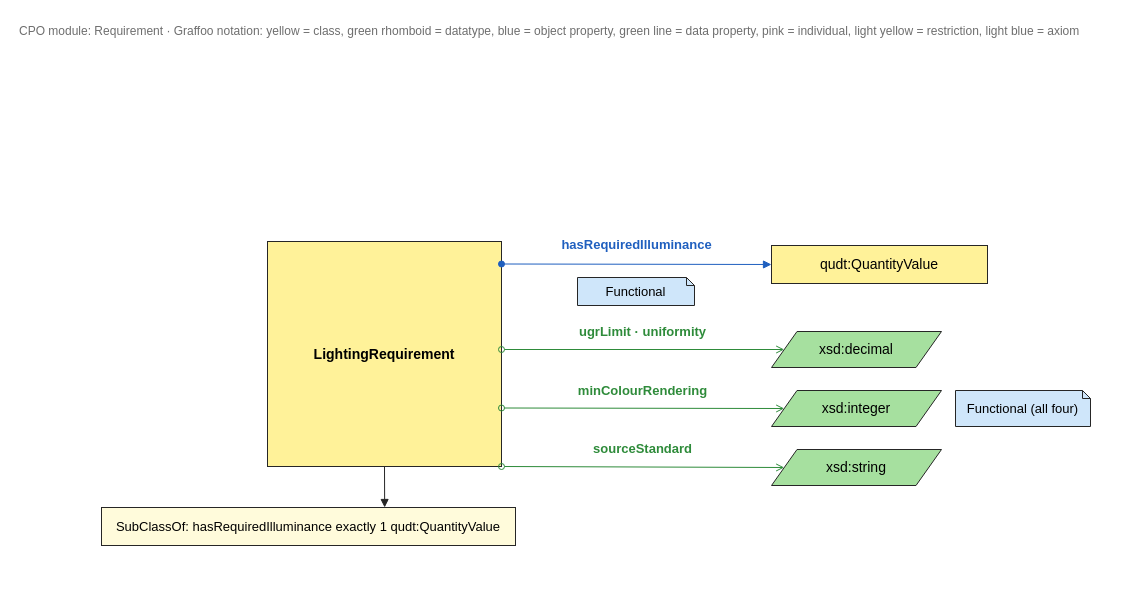
Before: diagrams/cpo-requirement-graffoo.drawio in RichZele/cpo, a draw.io diagram. Source tidied: cells renumbered, new cells numbered last; positions are measured from the earlier drawing's top-left corner, leaving out a move shared by most shapes. Both pictures are drawn from the tidied source at 100%, with x=0, y=0 at pixel (17, 17).
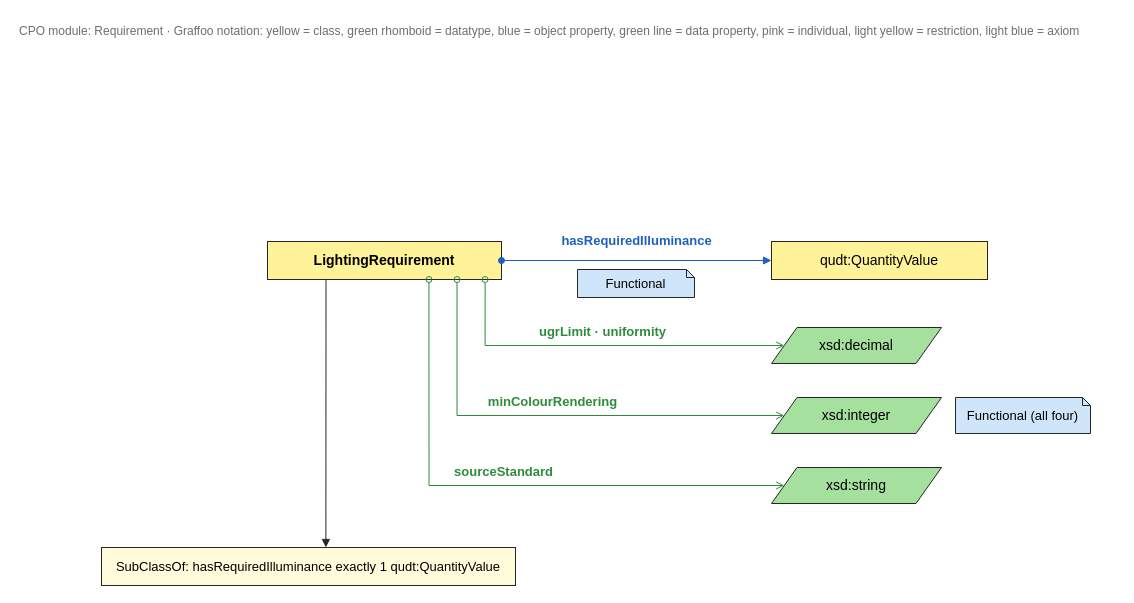
The same page after the edit.

Commit message (it also covers changes not shown here):
Requirement diagram: LightingRequirement at the usual class size; data properties from its bottom edge in straight lines

What changed in the source:
```diff
@@
     <mxCell id="3" value="LightingRequirement" style="rounded=0;whiteSpace=wrap;html=1;fillColor=#FFF299;strokeColor=#262626;fontStyle=1;fontSize=14;" parent="1" vertex="1">
-      <mxGeometry x="250" y="224" width="234" height="225" as="geometry" />
+      <mxGeometry x="250" y="224" width="234" height="38" as="geometry" />
     </mxCell>
     <mxCell id="4" value="qudt:QuantityValue" style="rounded=0;whiteSpace=wrap;html=1;fillColor=#FFF299;strokeColor=#262626;fontSize=14;" parent="1" vertex="1">
-      <mxGeometry x="754" y="228" width="216" height="38" as="geometry" />
+      <mxGeometry x="754" y="224" width="216" height="38" as="geometry" />
     </mxCell>
-    <mxCell id="5" value="hasRequiredIlluminance" style="html=1;rounded=0;labelBackgroundColor=#FFFFFF;fontSize=13;strokeColor=#1F5FBF;fontColor=#1F5FBF;fontStyle=1;startArrow=oval;startFill=1;endArrow=block;endFill=1;exitX=1;exitY=0.1;entryX=0;entryY=0.5;" parent="1" edge="1" source="3" target="4">
+    <mxCell id="5" value="hasRequiredIlluminance" style="html=1;rounded=0;labelBackgroundColor=#FFFFFF;fontSize=13;strokeColor=#1F5FBF;fontColor=#1F5FBF;fontStyle=1;startArrow=oval;startFill=1;endArrow=block;endFill=1;exitX=1;exitY=0.5;entryX=0;entryY=0.5;" parent="1" edge="1" source="3" target="4">
       <mxGeometry relative="1" as="geometry">
         <mxPoint y="-20" as="offset" />
       </mxGeometry>
     </mxCell>
     <mxCell id="6" value="Functional" style="shape=note;whiteSpace=wrap;html=1;fillColor=#CFE6FA;strokeColor=#262626;size=8;fontSize=13;" parent="1" vertex="1">
-      <mxGeometry x="560" y="260" width="117" height="28" as="geometry" />
+      <mxGeometry x="560" y="252" width="117" height="28" as="geometry" />
     </mxCell>
     <mxCell id="7" value="xsd:decimal" style="shape=parallelogram;perimeter=parallelogramPerimeter;whiteSpace=wrap;html=1;fillColor=#A6E09F;strokeColor=#262626;size=0.15;fontSize=14;" parent="1" vertex="1">
-      <mxGeometry x="754" y="314" width="170" height="36" as="geometry" />
+      <mxGeometry x="754" y="310" width="170" height="36" as="geometry" />
     </mxCell>
-    <mxCell id="8" value="ugrLimit · uniformity" style="html=1;rounded=0;labelBackgroundColor=#FFFFFF;fontSize=13;strokeColor=#2E8B3A;fontColor=#2E8B3A;fontStyle=1;startArrow=oval;startFill=0;endArrow=open;endFill=0;exitX=1;exitY=0.48;entryX=0;entryY=0.5;" parent="1" edge="1" source="3" target="7">
+    <mxCell id="8" value="ugrLimit · uniformity" style="html=1;rounded=0;labelBackgroundColor=#FFFFFF;fontSize=13;strokeColor=#2E8B3A;fontColor=#2E8B3A;fontStyle=1;startArrow=oval;startFill=0;endArrow=open;endFill=0;edgeStyle=orthogonalEdgeStyle;exitX=0.93;exitY=1;entryX=0.075;entryY=0.5;entryPerimeter=0;" parent="1" edge="1" source="3" target="7">
       <mxGeometry relative="1" as="geometry">
-        <mxPoint y="-18" as="offset" />
+        <Array as="points">
+          <mxPoint x="467.6" y="328" />
+        </Array>
+        <mxPoint y="-14" as="offset" />
       </mxGeometry>
     </mxCell>
     <mxCell id="9" value="xsd:integer" style="shape=parallelogram;perimeter=parallelogramPerimeter;whiteSpace=wrap;html=1;fillColor=#A6E09F;strokeColor=#262626;size=0.15;fontSize=14;" parent="1" vertex="1">
-      <mxGeometry x="754" y="373" width="170" height="36" as="geometry" />
+      <mxGeometry x="754" y="380" width="170" height="36" as="geometry" />
     </mxCell>
-    <mxCell id="10" value="minColourRendering" style="html=1;rounded=0;labelBackgroundColor=#FFFFFF;fontSize=13;strokeColor=#2E8B3A;fontColor=#2E8B3A;fontStyle=1;startArrow=oval;startFill=0;endArrow=open;endFill=0;exitX=1;exitY=0.74;entryX=0;entryY=0.5;" parent="1" edge="1" source="3" target="9">
+    <mxCell id="10" value="minColourRendering" style="html=1;rounded=0;labelBackgroundColor=#FFFFFF;fontSize=13;strokeColor=#2E8B3A;fontColor=#2E8B3A;fontStyle=1;startArrow=oval;startFill=0;endArrow=open;endFill=0;edgeStyle=orthogonalEdgeStyle;exitX=0.81;exitY=1;entryX=0.075;entryY=0.5;entryPerimeter=0;" parent="1" edge="1" source="3" target="9">
       <mxGeometry relative="1" as="geometry">
-        <mxPoint y="-18" as="offset" />
+        <Array as="points">
+          <mxPoint x="439.5" y="398" />
+        </Array>
+        <mxPoint y="-14" as="offset" />
       </mxGeometry>
     </mxCell>
     <mxCell id="11" value="xsd:string" style="shape=parallelogram;perimeter=parallelogramPerimeter;whiteSpace=wrap;html=1;fillColor=#A6E09F;strokeColor=#262626;size=0.15;fontSize=14;" parent="1" vertex="1">
-      <mxGeometry x="754" y="432" width="170" height="36" as="geometry" />
+      <mxGeometry x="754" y="450" width="170" height="36" as="geometry" />
     </mxCell>
-    <mxCell id="12" value="sourceStandard" style="html=1;rounded=0;labelBackgroundColor=#FFFFFF;fontSize=13;strokeColor=#2E8B3A;fontColor=#2E8B3A;fontStyle=1;startArrow=oval;startFill=0;endArrow=open;endFill=0;exitX=1;exitY=1.00;entryX=0;entryY=0.5;" parent="1" edge="1" source="3" target="11">
+    <mxCell id="12" value="sourceStandard" style="html=1;rounded=0;labelBackgroundColor=#FFFFFF;fontSize=13;strokeColor=#2E8B3A;fontColor=#2E8B3A;fontStyle=1;startArrow=oval;startFill=0;endArrow=open;endFill=0;edgeStyle=orthogonalEdgeStyle;exitX=0.69;exitY=1;entryX=0.075;entryY=0.5;entryPerimeter=0;" parent="1" edge="1" source="3" target="11">
       <mxGeometry relative="1" as="geometry">
-        <mxPoint y="-18" as="offset" />
+        <Array as="points">
+          <mxPoint x="411.5" y="468" />
+        </Array>
+        <mxPoint y="-14" as="offset" />
       </mxGeometry>
     </mxCell>
     <mxCell id="13" value="Functional (all four)" style="shape=note;whiteSpace=wrap;html=1;fillColor=#CFE6FA;strokeColor=#262626;size=8;fontSize=13;" parent="1" vertex="1">
-      <mxGeometry x="938" y="373" width="135" height="36" as="geometry" />
+      <mxGeometry x="938" y="380" width="135" height="36" as="geometry" />
     </mxCell>
     <mxCell id="14" value="SubClassOf: hasRequiredIlluminance exactly 1 qudt:QuantityValue" style="rounded=0;whiteSpace=wrap;html=1;fillColor=#FFFBDB;strokeColor=#262626;fontSize=13;" parent="1" vertex="1">
-      <mxGeometry x="84" y="490" width="414" height="38" as="geometry" />
+      <mxGeometry x="84" y="530" width="414" height="38" as="geometry" />
     </mxCell>
-    <mxCell id="15" style="html=1;rounded=0;labelBackgroundColor=#FFFFFF;fontSize=13;strokeColor=#262626;endArrow=block;endFill=1;exitX=0.5;exitY=1;entryX=0.684;entryY=0;" parent="1" edge="1" source="3" target="14">
+    <mxCell id="15" style="html=1;rounded=0;labelBackgroundColor=#FFFFFF;fontSize=13;strokeColor=#262626;endArrow=block;endFill=1;exitX=0.25;exitY=1;entryX=0.542;entryY=0;" parent="1" edge="1" source="3" target="14">
       <mxGeometry relative="1" as="geometry" />
     </mxCell>
```
